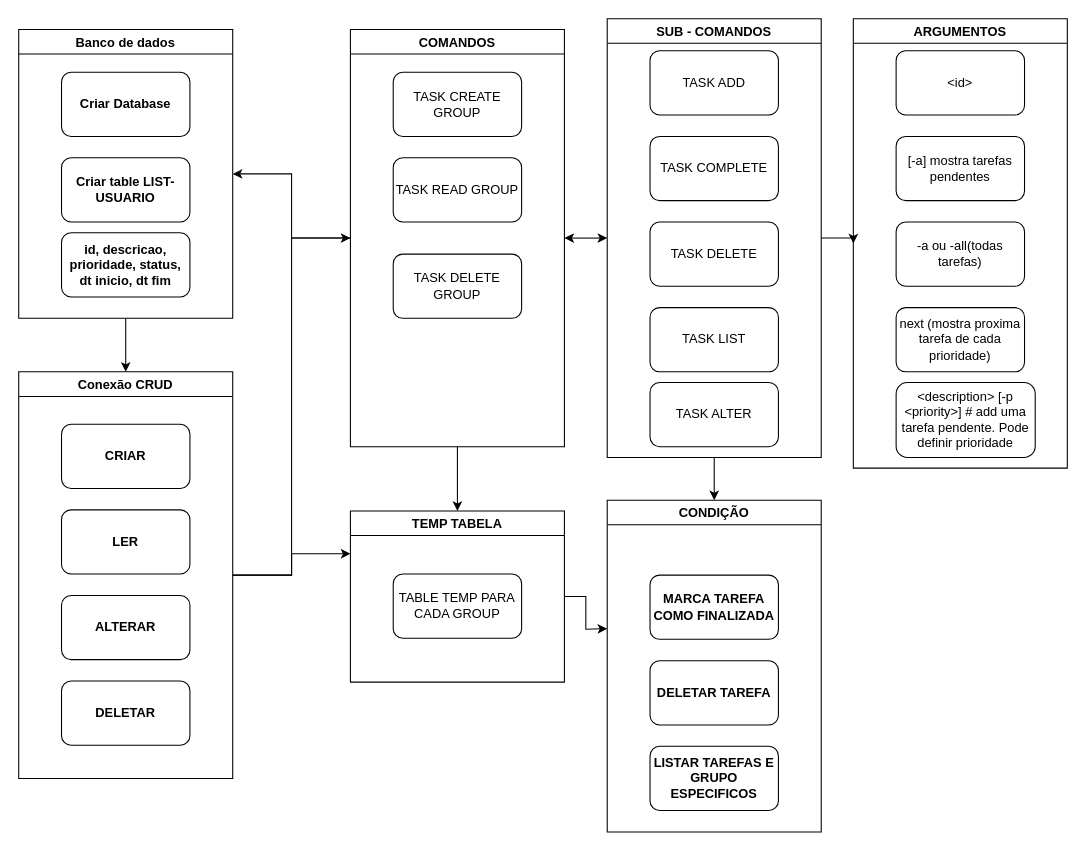
Before: Doc/estrutura_projeto.drawio in SamuelFLM/CrudTaskPython, a draw.io diagram. Source tidied: cells renumbered, new cells numbered last; positions are measured from the earlier drawing's top-left corner, leaving out a move shared by most shapes. Both pictures are drawn from the tidied source at 107%, with x=0, y=0 at pixel (18, 18).
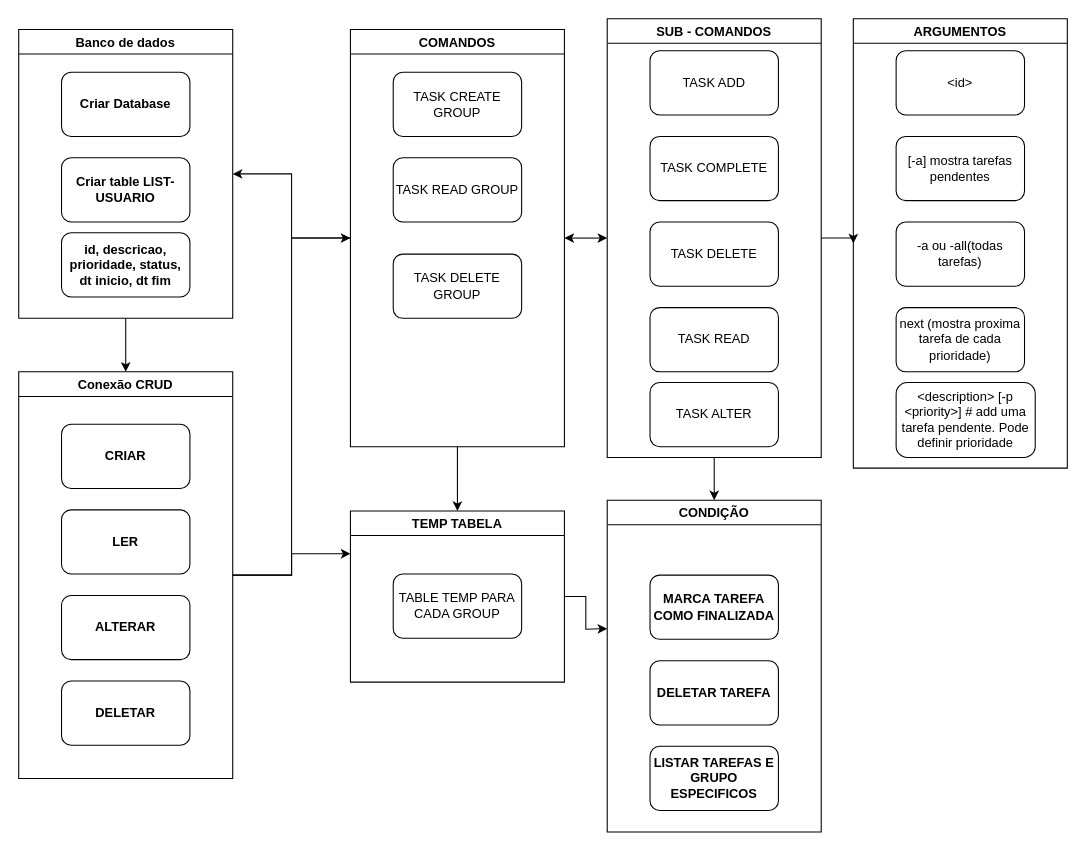
The same diagram, later.

Unchanged cells that the change refers to:
```xml
<mxCell id="22" value="SUB - COMANDOS" style="swimlane;" parent="1" vertex="1">
  <mxGeometry x="550" width="200" height="410" as="geometry" />
</mxCell>
```

What changed in the source:
```diff
@@
-    <mxCell id="26" value="TASK LIST" style="rounded=1;whiteSpace=wrap;html=1;" parent="22" vertex="1">
+    <mxCell id="26" value="TASK READ" style="rounded=1;whiteSpace=wrap;html=1;" parent="22" vertex="1">
       <mxGeometry x="40" y="270" width="120" height="60" as="geometry" />
     </mxCell>
```
